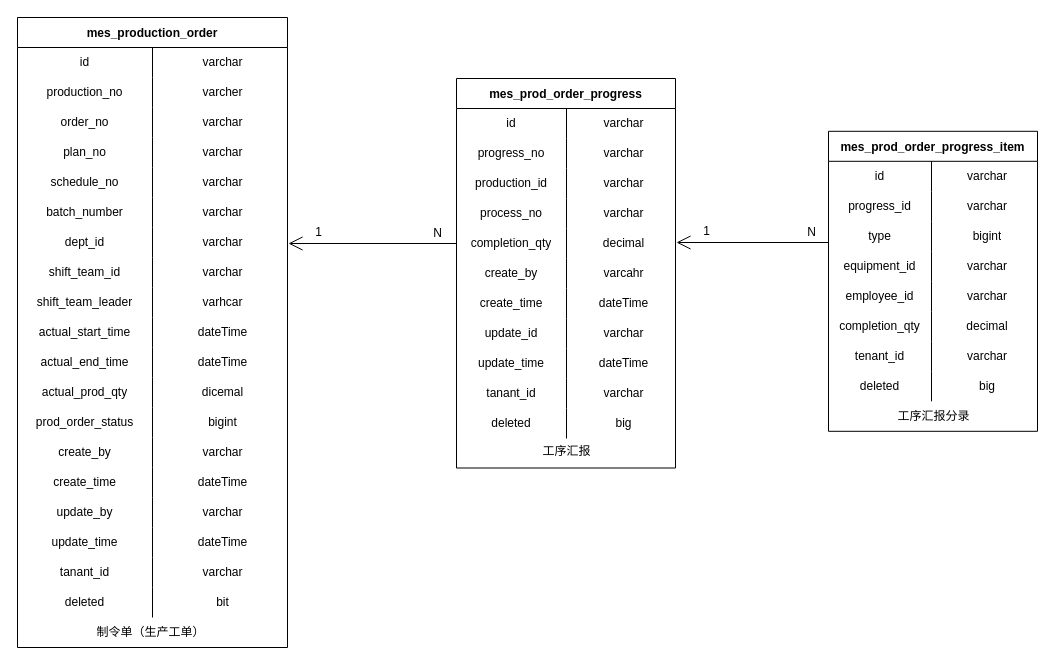
Before: page "制令单管理" (1 of 7) of 数据表.drawio in KNAI-I/test, a draw.io diagram. Source tidied: cells renumbered, new cells numbered last; positions are measured from the earlier drawing's top-left corner, leaving out a move shared by most shapes. Both pictures are drawn from the tidied source at 100%, with x=0, y=0 at pixel (17, 17).
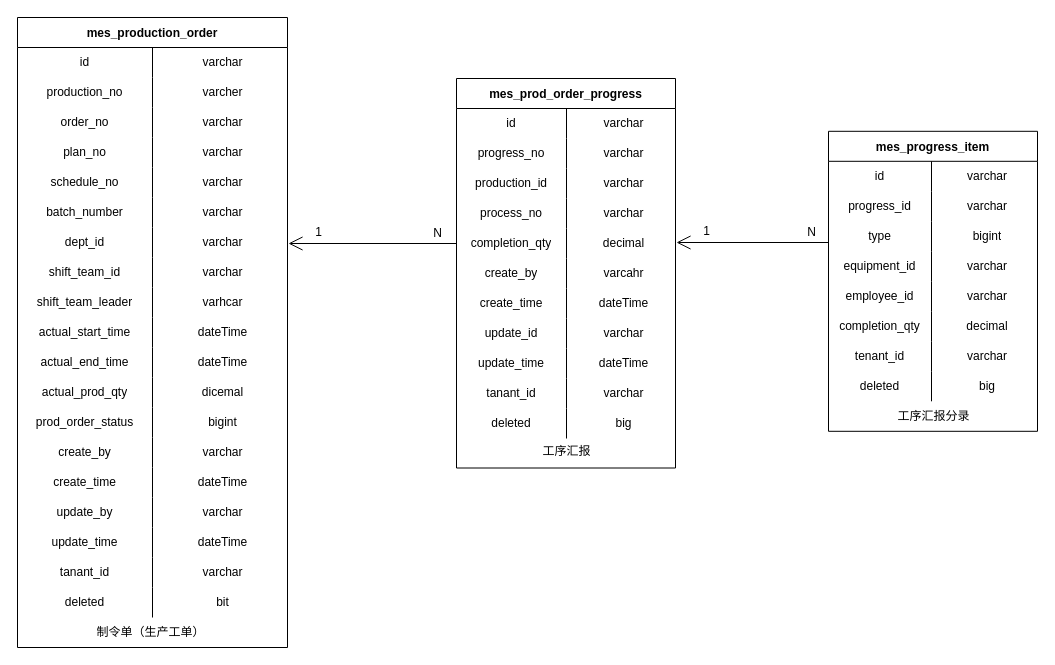
After the change.

Commit message:
更新数据表.drawio

Diff of the diagram source:
```diff
@@
-    <mxCell id="96" value="mes_prod_order_progress_item" style="shape=table;startSize=30;childLayout=tableLayout;rowLines=0;fontStyle=1;" parent="1" vertex="1">
+    <mxCell id="96" value="mes_progress_item" style="shape=table;startSize=30;childLayout=tableLayout;rowLines=0;fontStyle=1;" parent="1" vertex="1">
       <mxGeometry x="811" y="113.8" width="209" height="300" as="geometry" />
     </mxCell>
```
